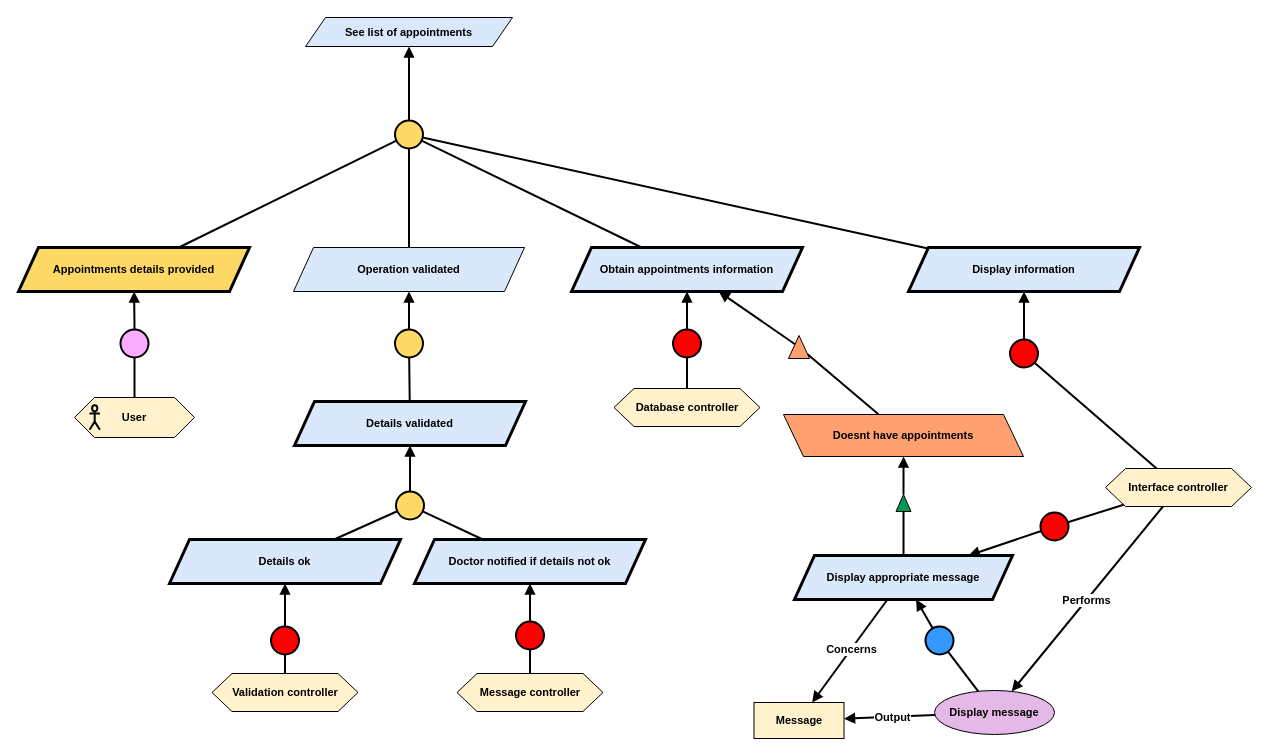
Above: Kaos/KAOS 11.drawio in RafaelCMira/myclinic-msp-project (draw.io), before the change. Source tidied: cells renumbered, new cells numbered last; positions are measured from the earlier drawing's top-left corner, leaving out a move shared by most shapes. Both pictures are drawn from the tidied source at 100%, with x=0, y=0 at pixel (18, 17).
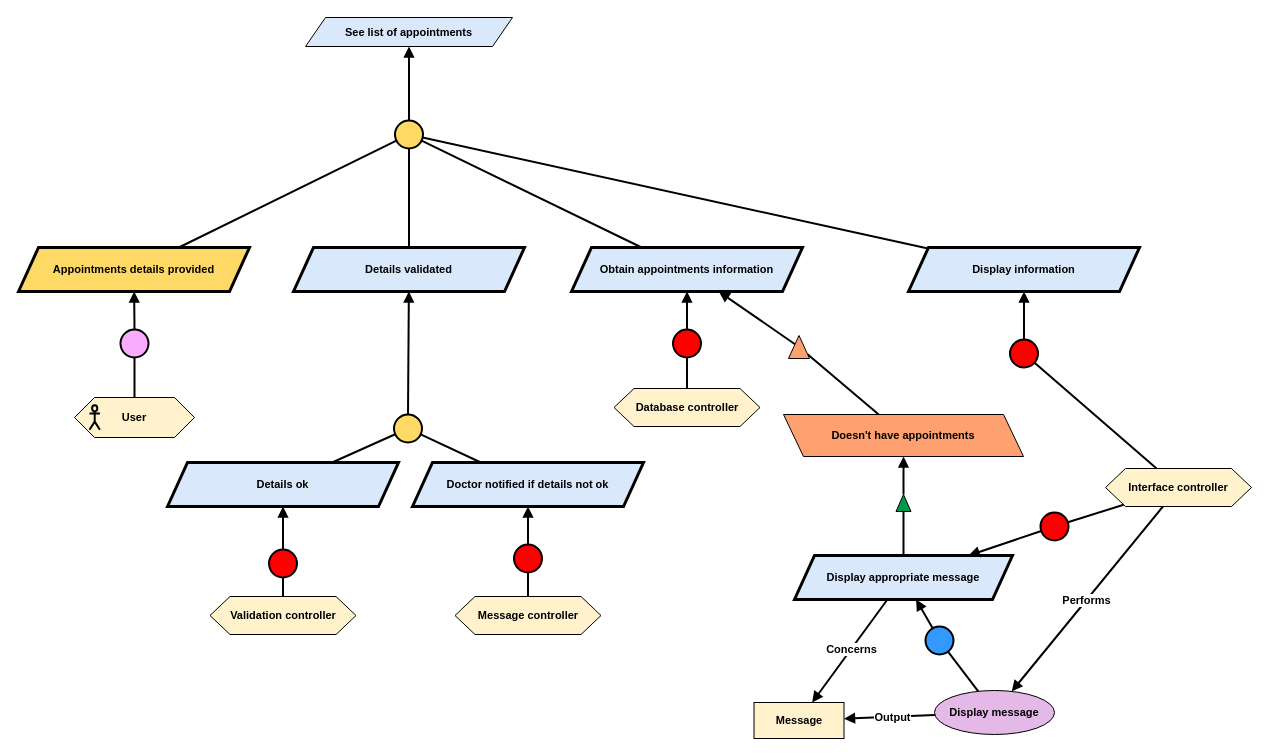
Above is the later version.

Unchanged cells that the change refers to:
```xml
<mxCell id="3" style="ellipse;whiteSpace=wrap;html=1;fillColor=#FFD966;strokeWidth=2;" parent="1" vertex="1">
  <mxGeometry x="376.5" y="103" width="28" height="28" as="geometry" />
</mxCell>
```

The edit, as a diff of the source:
```diff
@@
-    <mxCell id="7" value="&lt;b&gt;Operation validated&lt;/b&gt;" style="shape=parallelogram;perimeter=parallelogramPerimeter;whiteSpace=wrap;html=1;fixedSize=1;fillColor=#dae8fc;strokeColor=#000000;strokeWidth=1;fontFamily=Helvetica;fontSize=11;fontColor=default;labelBackgroundColor=none;" parent="1" vertex="1">
-      <mxGeometry x="275" y="230" width="231" height="44" as="geometry" />
-    </mxCell>
-    <mxCell id="8" style="endArrow=none;html=1;rounded=0;strokeWidth=2;" parent="1" edge="1" source="7" target="3">
+    <mxCell id="8" style="endArrow=none;html=1;rounded=0;strokeWidth=2;" parent="1" edge="1" source="12" target="3">
       <mxGeometry relative="1" as="geometry" />
     </mxCell>
-    <mxCell id="9" style="ellipse;whiteSpace=wrap;html=1;fillColor=#FFD966;strokeWidth=2;" parent="1" vertex="1">
-      <mxGeometry x="376.5" y="312" width="28" height="28" as="geometry" />
-    </mxCell>
-    <mxCell id="10" style="endArrow=block;html=1;rounded=0;endFill=1;strokeWidth=2;" parent="1" edge="1" source="9" target="7">
-      <mxGeometry relative="1" as="geometry" />
-    </mxCell>
-    <mxCell id="11" style="endArrow=none;html=1;rounded=0;strokeWidth=2;" parent="1" edge="1" source="12" target="9">
-      <mxGeometry relative="1" as="geometry" />
-    </mxCell>
     <mxCell id="12" value="&lt;b&gt;Details validated&lt;/b&gt;" style="shape=parallelogram;perimeter=parallelogramPerimeter;whiteSpace=wrap;html=1;fixedSize=1;fillColor=#dae8fc;strokeColor=#000000;strokeWidth=3;fontFamily=Helvetica;fontSize=11;fontColor=default;labelBackgroundColor=none;" parent="1" vertex="1">
-      <mxGeometry x="276" y="384" width="231" height="44" as="geometry" />
+      <mxGeometry x="275" y="230" width="231" height="44" as="geometry" />
     </mxCell>
@@
     <mxCell id="19" value="&lt;div&gt;&lt;b&gt;Validation controller&lt;/b&gt;&lt;/div&gt;" style="shape=hexagon;perimeter=hexagonPerimeter2;whiteSpace=wrap;html=1;fixedSize=1;fillColor=#FFF2CC;fontFamily=Helvetica;fontSize=11;fontColor=default;labelBackgroundColor=none;" parent="1" vertex="1">
-      <mxGeometry x="193.5" y="656" width="146" height="38" as="geometry" />
+      <mxGeometry x="191.5" y="579" width="146" height="38" as="geometry" />
     </mxCell>
     <mxCell id="20" style="ellipse;whiteSpace=wrap;html=1;fillColor=#FF0000;strokeWidth=2;" parent="1" vertex="1">
-      <mxGeometry x="252.5" y="609" width="28" height="28" as="geometry" />
+      <mxGeometry x="250.5" y="532" width="28" height="28" as="geometry" />
     </mxCell>
@@
     <mxCell id="29" value="&lt;b&gt;Details ok&lt;/b&gt;" style="shape=parallelogram;perimeter=parallelogramPerimeter;whiteSpace=wrap;html=1;fixedSize=1;fillColor=#dae8fc;strokeColor=#000000;strokeWidth=3;fontFamily=Helvetica;fontSize=11;fontColor=default;labelBackgroundColor=none;" parent="1" vertex="1">
-      <mxGeometry x="151" y="522" width="231" height="44" as="geometry" />
+      <mxGeometry x="149" y="445" width="231" height="44" as="geometry" />
     </mxCell>
     <mxCell id="30" value="&lt;b&gt;Doctor notified if details not ok&lt;/b&gt;" style="shape=parallelogram;perimeter=parallelogramPerimeter;whiteSpace=wrap;html=1;fixedSize=1;fillColor=#dae8fc;strokeColor=#000000;strokeWidth=3;fontFamily=Helvetica;fontSize=11;fontColor=default;labelBackgroundColor=none;" parent="1" vertex="1">
-      <mxGeometry x="396" y="522" width="231" height="44" as="geometry" />
+      <mxGeometry x="394" y="445" width="231" height="44" as="geometry" />
     </mxCell>
     <mxCell id="31" style="ellipse;whiteSpace=wrap;html=1;fillColor=#FFD966;strokeWidth=2;" parent="1" vertex="1">
-      <mxGeometry x="377.5" y="474" width="28" height="28" as="geometry" />
+      <mxGeometry x="375.5" y="397" width="28" height="28" as="geometry" />
     </mxCell>
@@
     <mxCell id="35" value="&lt;div&gt;&lt;b&gt;Message controller&lt;/b&gt;&lt;/div&gt;" style="shape=hexagon;perimeter=hexagonPerimeter2;whiteSpace=wrap;html=1;fixedSize=1;fillColor=#FFF2CC;fontFamily=Helvetica;fontSize=11;fontColor=default;labelBackgroundColor=none;" parent="1" vertex="1">
-      <mxGeometry x="438.5" y="656" width="146" height="38" as="geometry" />
+      <mxGeometry x="436.5" y="579" width="146" height="38" as="geometry" />
     </mxCell>
     <mxCell id="36" style="ellipse;whiteSpace=wrap;html=1;fillColor=#FF0000;strokeWidth=2;" parent="1" vertex="1">
-      <mxGeometry x="497.5" y="604" width="28" height="28" as="geometry" />
+      <mxGeometry x="495.5" y="527" width="28" height="28" as="geometry" />
     </mxCell>
@@
-    <mxCell id="45" value="Doesnt have appointments" style="shape=parallelogram;perimeter=parallelogramPerimeter;whiteSpace=wrap;html=1;fixedSize=1;fillColor=#FFA070;fontStyle=1;fontFamily=Helvetica;fontSize=11;fontColor=default;labelBackgroundColor=none;flipH=1;flipV=0;" parent="1" vertex="1">
+    <mxCell id="45" value="Doesn't have appointments" style="shape=parallelogram;perimeter=parallelogramPerimeter;whiteSpace=wrap;html=1;fixedSize=1;fillColor=#FFA070;fontStyle=1;fontFamily=Helvetica;fontSize=11;fontColor=default;labelBackgroundColor=none;flipH=1;flipV=0;" parent="1" vertex="1">
       <mxGeometry x="765" y="397" width="240" height="42" as="geometry" />
     </mxCell>
```
